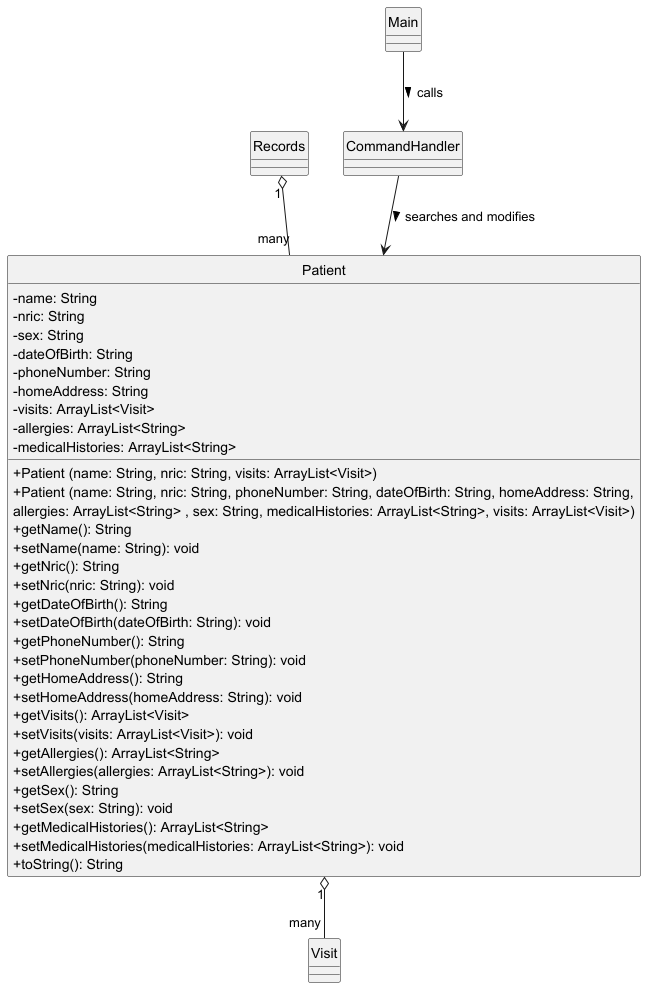
Before: docs/Patient.png, a diagram exported from PlantUML (yentheng0110/tp).
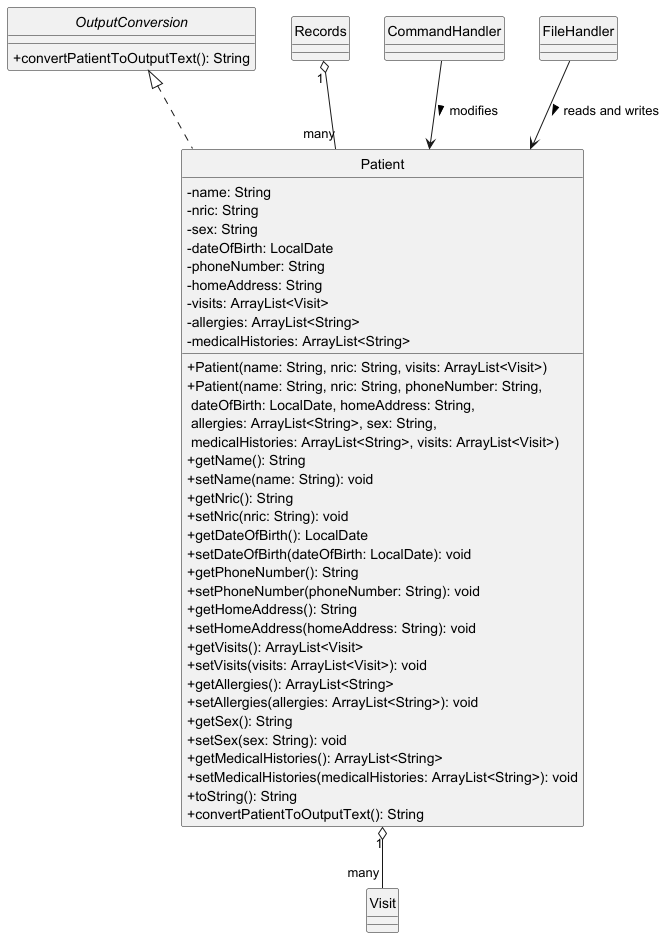
The same diagram one commit later.

Commit message:
update Patient Class Diagram

What changed in the source:
```diff
@@ -3,48 +3,62 @@
 hide circle
 
 class Patient {
--name: String
--nric: String
--sex: String
--dateOfBirth: String
--phoneNumber: String
--homeAddress: String
--visits: ArrayList<Visit>
--allergies: ArrayList<String>
--medicalHistories: ArrayList<String>
-+Patient (name: String, nric: String, visits: ArrayList<Visit>)
-+Patient (name: String, nric: String, phoneNumber: String, dateOfBirth: String, homeAddress: String,
-allergies: ArrayList<String> , sex: String, medicalHistories: ArrayList<String>, visits: ArrayList<Visit>)
-+getName(): String
-+setName(name: String): void
-+getNric(): String
-+setNric(nric: String): void
-+getDateOfBirth(): String
-+setDateOfBirth(dateOfBirth: String): void
-+getPhoneNumber(): String
-+setPhoneNumber(phoneNumber: String): void
-+getHomeAddress(): String
-+setHomeAddress(homeAddress: String): void
-+getVisits(): ArrayList<Visit>
-+setVisits(visits: ArrayList<Visit>): void
-+getAllergies(): ArrayList<String>
-+setAllergies(allergies: ArrayList<String>): void
-+getSex(): String
-+setSex(sex: String): void
-+getMedicalHistories(): ArrayList<String>
-+setMedicalHistories(medicalHistories: ArrayList<String>): void
-+toString(): String
+    -name: String
+    -nric: String
+    -sex: String
+    -dateOfBirth: LocalDate
+    -phoneNumber: String
+    -homeAddress: String
+    -visits: ArrayList<Visit>
+    -allergies: ArrayList<String>
+    -medicalHistories: ArrayList<String>
+
+    +Patient(name: String, nric: String, visits: ArrayList<Visit>)
+    +Patient(name: String, nric: String, phoneNumber: String,\n dateOfBirth: LocalDate, homeAddress: String,\n allergies: ArrayList<String>, sex: String,\n medicalHistories: ArrayList<String>, visits: ArrayList<Visit>)
+    +getName(): String
+    +setName(name: String): void
+    +getNric(): String
+    +setNric(nric: String): void
+    +getDateOfBirth(): LocalDate
+    +setDateOfBirth(dateOfBirth: LocalDate): void
+    +getPhoneNumber(): String
+    +setPhoneNumber(phoneNumber: String): void
+    +getHomeAddress(): String
+    +setHomeAddress(homeAddress: String): void
+    +getVisits(): ArrayList<Visit>
+    +setVisits(visits: ArrayList<Visit>): void
+    +getAllergies(): ArrayList<String>
+    +setAllergies(allergies: ArrayList<String>): void
+    +getSex(): String
+    +setSex(sex: String): void
+    +getMedicalHistories(): ArrayList<String>
+    +setMedicalHistories(medicalHistories: ArrayList<String>): void
+    +toString(): String
+    +convertPatientToOutputText(): String
 }
 
-class Patient {}
-class Visit {}
-class Main {}
-class Records {}
-class CommandHandler {}
+interface OutputConversion {
+    +convertPatientToOutputText(): String
+}
 
-Main --> CommandHandler : calls >
-CommandHandler --> Patient : searches and modifies >
+class Visit {
+}
+
+class Records {
+}
+
+class CommandHandler {
+}
+
+class FileHandler {
+}
+
+OutputConversion <|.. Patient
+Patient "1" o-- "many" Visit
 Records "1" o-- "many" Patient
-Patient "1" o-- "many" Visit
+CommandHandler --> Patient : modifies >
+FileHandler --> Patient : reads and writes >
+
+
 
 @enduml
```
